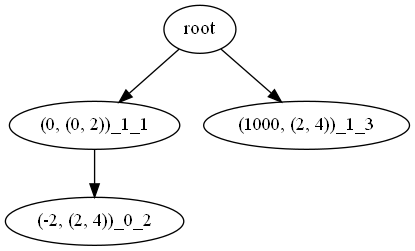
Earlier version of the Graphviz export root.dot.png (Ja-Kuba/cw3_MinMax). Its source is kept beside it as root.dot.
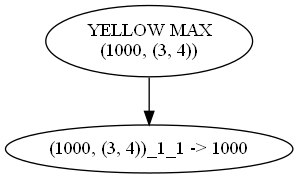
The same diagram one commit later.

Diff of the diagram source:
```diff
@@ -1,9 +1,7 @@
 digraph tree {
-    "root";
-    "(0, (0, 2))_1_1";
-    "(-2, (2, 4))_0_2";
-    "(1000, (2, 4))_1_3";
-    "root" -> "(0, (0, 2))_1_1";
-    "root" -> "(1000, (2, 4))_1_3";
-    "(0, (0, 2))_1_1" -> "(-2, (2, 4))_0_2";
+    "YELLOW MAX
+(1000, (3, 4))";
+    "(1000, (3, 4))_1_1 -> 1000";
+    "YELLOW MAX
+(1000, (3, 4))" -> "(1000, (3, 4))_1_1 -> 1000";
 }
```
